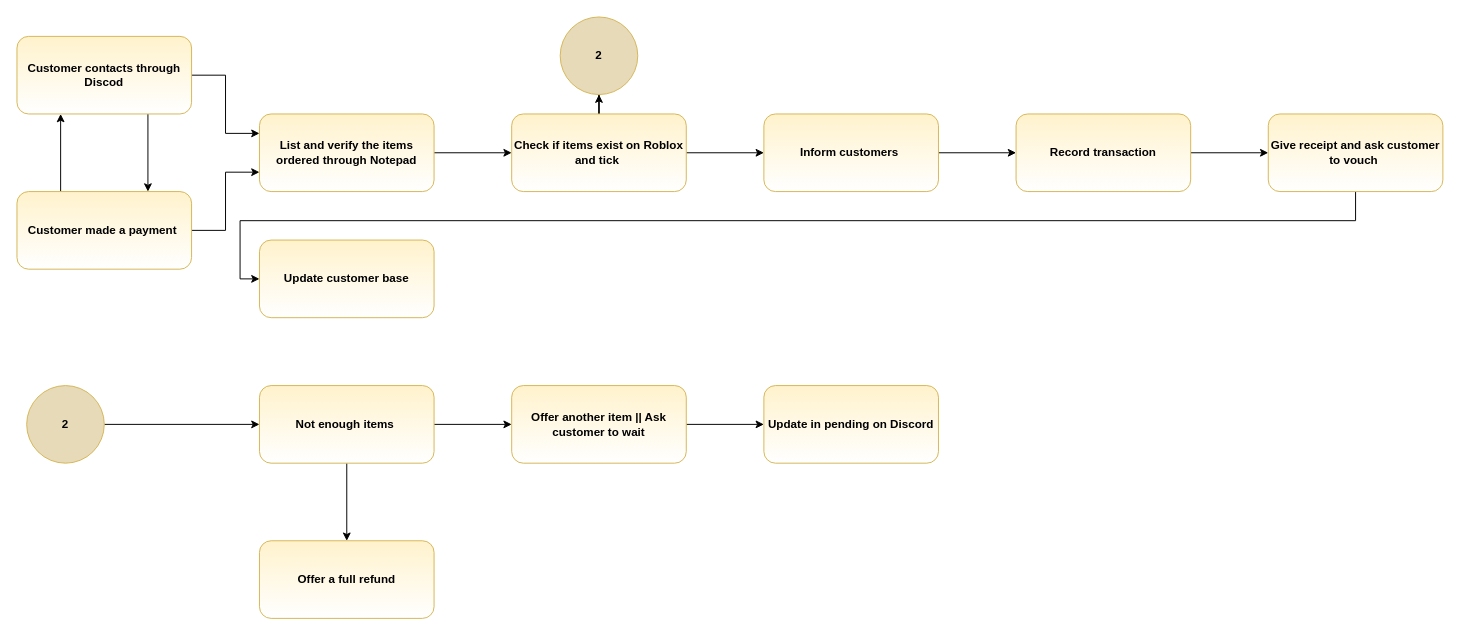
Earlier version of the draw.io diagram Copy of Flowchartforbusiness.drawio (dbarif/Diagrams.netd_b). Source tidied: cells renumbered, new cells numbered last; positions are measured from the earlier drawing's top-left corner, leaving out a move shared by most shapes. Both pictures are drawn from the tidied source at 97%, with x=0, y=0 at pixel (16, 16).
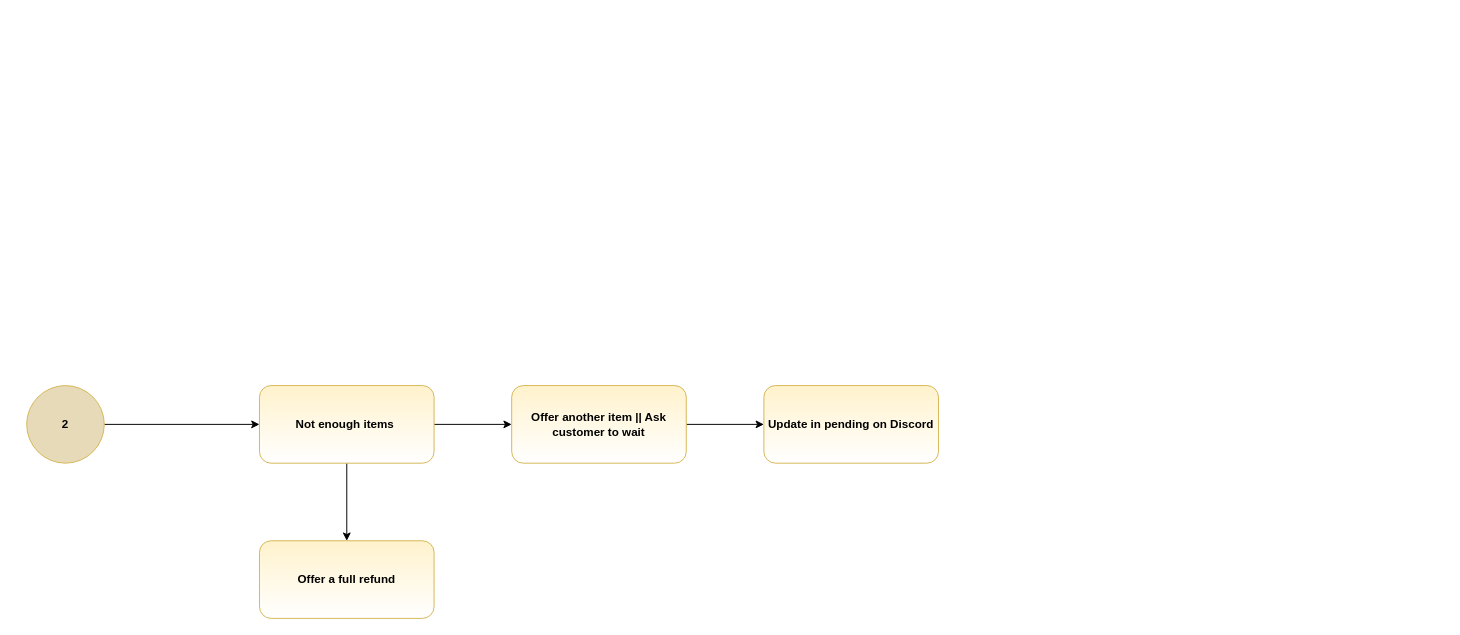
After the change.

What changed in the source:
```diff
@@
-    <mxCell id="2" style="edgeStyle=orthogonalEdgeStyle;rounded=0;jettySize=auto;html=1;entryX=0.75;entryY=0;entryDx=0;entryDy=0;exitX=0.75;exitY=1;exitDx=0;exitDy=0;" parent="1" edge="1" source="4" target="7">
-      <mxGeometry relative="1" as="geometry" />
-    </mxCell>
-    <mxCell id="3" style="edgeStyle=orthogonalEdgeStyle;rounded=0;jettySize=auto;html=1;entryX=0;entryY=0.25;entryDx=0;entryDy=0;" parent="1" edge="1" source="4" target="9">
-      <mxGeometry relative="1" as="geometry" />
-    </mxCell>
-    <mxCell id="4" value="&lt;b&gt;Customer contacts through Discod&lt;/b&gt;" style="rounded=1;whiteSpace=wrap;html=1;fontSize=12;glass=0;strokeWidth=1;shadow=0;fillColor=#fff2cc;strokeColor=#d6b656;gradientColor=#FFFFFF;" parent="1" vertex="1">
-      <mxGeometry y="20" width="180" height="80" as="geometry" />
-    </mxCell>
-    <mxCell id="5" style="edgeStyle=orthogonalEdgeStyle;rounded=0;jettySize=auto;html=1;entryX=0.25;entryY=1;entryDx=0;entryDy=0;exitX=0.25;exitY=0;exitDx=0;exitDy=0;" parent="1" edge="1" source="7" target="4">
-      <mxGeometry relative="1" as="geometry" />
-    </mxCell>
-    <mxCell id="6" style="edgeStyle=orthogonalEdgeStyle;rounded=0;jettySize=auto;html=1;entryX=0;entryY=0.75;entryDx=0;entryDy=0;" parent="1" edge="1" source="7" target="9">
-      <mxGeometry relative="1" as="geometry" />
-    </mxCell>
-    <mxCell id="7" value="Customer made a payment&amp;nbsp;" style="rounded=1;whiteSpace=wrap;html=1;fontSize=12;glass=0;strokeWidth=1;shadow=0;fontStyle=1;strokeColor=#d6b656;align=center;verticalAlign=middle;fontFamily=Helvetica;fontColor=default;fillColor=#fff2cc;gradientColor=#FFFFFF;" parent="1" vertex="1">
-      <mxGeometry y="180" width="180" height="80" as="geometry" />
-    </mxCell>
-    <mxCell id="8" style="edgeStyle=orthogonalEdgeStyle;rounded=0;jettySize=auto;html=1;" parent="1" edge="1" source="9" target="12">
-      <mxGeometry relative="1" as="geometry" />
-    </mxCell>
-    <mxCell id="9" value="List and verify the items ordered through Notepad" style="rounded=1;whiteSpace=wrap;html=1;fontSize=12;glass=0;strokeWidth=1;shadow=0;fontStyle=1;strokeColor=#d6b656;align=center;verticalAlign=middle;fontFamily=Helvetica;fontColor=default;fillColor=#fff2cc;gradientColor=#FFFFFF;" parent="1" vertex="1">
-      <mxGeometry x="250" y="100" width="180" height="80" as="geometry" />
-    </mxCell>
-    <mxCell id="10" style="edgeStyle=orthogonalEdgeStyle;rounded=0;jettySize=auto;html=1;" parent="1" edge="1" source="12" target="14">
-      <mxGeometry relative="1" as="geometry" />
-    </mxCell>
-    <mxCell id="11" style="edgeStyle=orthogonalEdgeStyle;rounded=0;jettySize=auto;html=1;" parent="1" edge="1" source="12" target="22">
-      <mxGeometry relative="1" as="geometry" />
-    </mxCell>
-    <mxCell id="12" value="Check if items exist on Roblox and tick&amp;nbsp;" style="rounded=1;whiteSpace=wrap;html=1;fontSize=12;glass=0;strokeWidth=1;shadow=0;fontStyle=1;strokeColor=#d6b656;align=center;verticalAlign=middle;fontFamily=Helvetica;fontColor=default;fillColor=#fff2cc;gradientColor=#FFFFFF;" parent="1" vertex="1">
-      <mxGeometry x="510" y="100" width="180" height="80" as="geometry" />
-    </mxCell>
-    <mxCell id="13" style="edgeStyle=orthogonalEdgeStyle;rounded=0;jettySize=auto;html=1;" parent="1" edge="1" source="14" target="26">
-      <mxGeometry relative="1" as="geometry" />
-    </mxCell>
-    <mxCell id="14" value="Inform customers&amp;nbsp;" style="rounded=1;whiteSpace=wrap;html=1;fontSize=12;glass=0;strokeWidth=1;shadow=0;fontStyle=1;strokeColor=#d6b656;align=center;verticalAlign=middle;fontFamily=Helvetica;fontColor=default;fillColor=#fff2cc;gradientColor=#FFFFFF;" parent="1" vertex="1">
-      <mxGeometry x="770" y="100" width="180" height="80" as="geometry" />
-    </mxCell>
@@
-    <mxCell id="22" value="2" style="ellipse;whiteSpace=wrap;html=1;fontStyle=1;rounded=1;shadow=0;glass=0;strokeColor=#d6b656;strokeWidth=1;align=center;verticalAlign=middle;fontFamily=Helvetica;fontSize=12;fontColor=default;fillColor=#E6DAB8;gradientColor=none;" parent="1" vertex="1">
-      <mxGeometry x="560" width="80" height="80" as="geometry" />
-    </mxCell>
@@
-    <mxCell id="25" style="edgeStyle=orthogonalEdgeStyle;rounded=0;jettySize=auto;html=1;" parent="1" edge="1" source="26" target="28">
-      <mxGeometry relative="1" as="geometry" />
-    </mxCell>
-    <mxCell id="26" value="Record transaction" style="rounded=1;whiteSpace=wrap;html=1;fontSize=12;glass=0;strokeWidth=1;shadow=0;fontStyle=1;strokeColor=#d6b656;align=center;verticalAlign=middle;fontFamily=Helvetica;fontColor=default;fillColor=#fff2cc;gradientColor=#FFFFFF;" parent="1" vertex="1">
-      <mxGeometry x="1030" y="100" width="180" height="80" as="geometry" />
-    </mxCell>
-    <mxCell id="27" style="edgeStyle=orthogonalEdgeStyle;rounded=0;jettySize=auto;html=1;" parent="1" edge="1" source="28" target="29">
-      <mxGeometry relative="1" as="geometry">
-        <Array as="points">
-          <mxPoint x="1380" y="210" />
-          <mxPoint x="230" y="210" />
-          <mxPoint x="230" y="270" />
-        </Array>
-      </mxGeometry>
-    </mxCell>
-    <mxCell id="28" value="Give receipt and ask customer to vouch&amp;nbsp;" style="rounded=1;whiteSpace=wrap;html=1;fontSize=12;glass=0;strokeWidth=1;shadow=0;strokeColor=#d6b656;align=center;verticalAlign=middle;fontFamily=Helvetica;fontColor=default;fontStyle=1;fillColor=#fff2cc;gradientColor=#FFFFFF;" parent="1" vertex="1">
-      <mxGeometry x="1290" y="100" width="180" height="80" as="geometry" />
-    </mxCell>
-    <mxCell id="29" value="Update customer base" style="rounded=1;whiteSpace=wrap;html=1;fontSize=12;glass=0;strokeWidth=1;shadow=0;fontStyle=1;strokeColor=#d6b656;align=center;verticalAlign=middle;fontFamily=Helvetica;fontColor=default;fillColor=#fff2cc;gradientColor=#FFFFFF;" parent="1" vertex="1">
-      <mxGeometry x="250" y="230" width="180" height="80" as="geometry" />
-    </mxCell>
```
